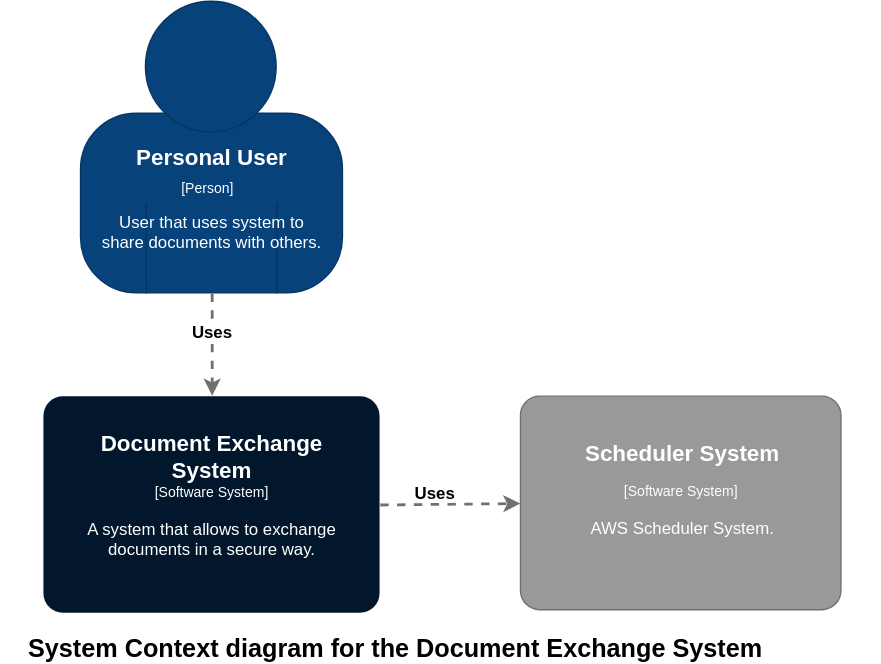
kkolodziejczak/PBAI keeps this draw.io diagram as Documentation/Architecture/Level1-Context.svg. Above is the earlier version. Source tidied: cells renumbered, new cells last; positions are measured from the earlier drawing's top-left corner, leaving out a move shared by most shapes.
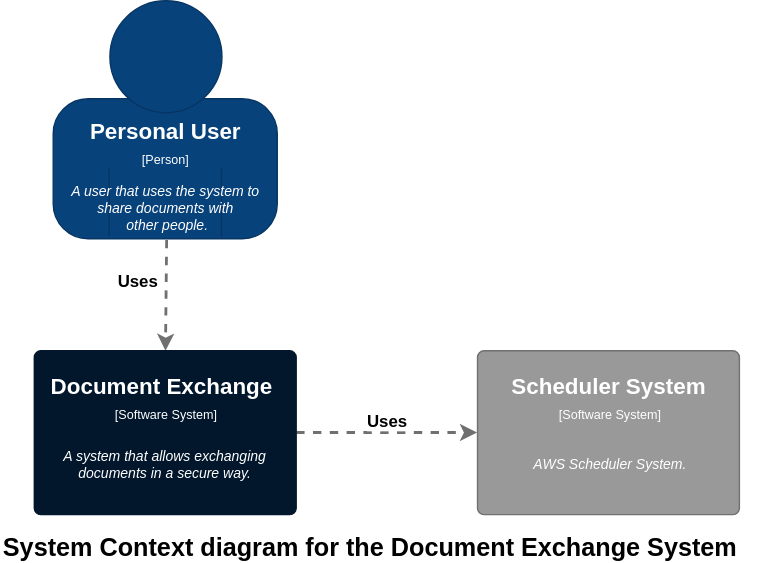
Above is the later version.

Commit message:
Update Level 1 and 3 diagrams #3

Change to the diagram source:
```diff
@@ -2,100 +2,102 @@
   <root>
     <mxCell id="0" />
     <mxCell id="1" parent="0" />
-    <mxCell id="2" style="group;" parent="1" vertex="1">
-      <mxGeometry x="-0.5" y="252.5" width="300" height="220" as="geometry" />
+    <mxCell id="2" style="endArrow=classic;html=1;strokeWidth=2;dashed=1;strokeColor=#707070;rounded=0;exitX=0.506;exitY=1.08;entryX=0.5;entryY=0;exitPerimeter=0;" parent="1" edge="1" source="14" target="20">
+      <mxGeometry relative="1" as="geometry" />
     </mxCell>
-    <mxCell id="3" style="group;" parent="2" vertex="1">
-      <mxGeometry x="30" y="27.8" width="240" height="165.7" as="geometry" />
+    <mxCell id="3" value="&lt;span&gt;&lt;b&gt;Uses&lt;/b&gt;&lt;/span&gt;&lt;span&gt;&lt;b&gt;&lt;br&gt;&lt;/b&gt;&lt;/span&gt;" style="text;html=1;align=center;verticalAlign=middle;labelBackgroundColor=#ffffff;" parent="2" vertex="1">
+      <mxGeometry x="0.44" y="-3" relative="1" as="geometry">
+        <mxPoint x="-16.5" y="-27.5" as="offset" />
+      </mxGeometry>
     </mxCell>
-    <mxCell id="4" style="group;spacing=3;" parent="3" vertex="1">
-      <mxGeometry width="240" height="165.7" as="geometry" />
+    <mxCell id="4" style="endArrow=classic;html=1;strokeWidth=2;dashed=1;strokeColor=#707070;rounded=0;exitX=1;exitY=0.5;entryX=0;entryY=0.5;" parent="1" edge="1" source="20" target="26">
+      <mxGeometry relative="1" as="geometry" />
     </mxCell>
-    <mxCell id="5" style="group;" parent="4" vertex="1">
-      <mxGeometry y="-1.4" width="240" height="165.7" as="geometry" />
+    <mxCell id="5" value="&lt;span&gt;&lt;b&gt;Uses&lt;/b&gt;&lt;/span&gt;&lt;span&gt;&lt;b&gt;&lt;br&gt;&lt;/b&gt;&lt;/span&gt;" style="text;html=1;align=center;verticalAlign=middle;labelBackgroundColor=#ffffff;" parent="4" vertex="1">
+      <mxGeometry x="0.44" y="-3" relative="1" as="geometry">
+        <mxPoint x="-28.5" y="-11.5" as="offset" />
+      </mxGeometry>
     </mxCell>
-    <mxCell id="6" style="rounded=1;whiteSpace=wrap;html=1;strokeColor=none;fillColor=#02172C;fontColor=#FFFFFF;align=center;arcSize=9;" parent="5" vertex="1">
-      <mxGeometry y="3.5" width="240" height="154.5" as="geometry" />
+    <mxCell id="6" value="System Context diagram for the Document Exchange System" style="text;html=1;strokeColor=none;fillColor=none;align=left;verticalAlign=middle;whiteSpace=wrap;rounded=0;fontSize=18;fontStyle=1;" parent="1" vertex="1">
+      <mxGeometry x="36" y="410" width="545" height="20" as="geometry" />
     </mxCell>
-    <mxCell id="7" value="Document Exchange System" style="text;html=1;strokeColor=none;fillColor=none;align=center;verticalAlign=middle;whiteSpace=wrap;rounded=0;fontColor=#FFFFFF;fontStyle=1;fontSize=16;" parent="5" vertex="1">
-      <mxGeometry x="30" y="30.6" width="180" height="30.6" as="geometry" />
+    <mxCell id="7" style="group;fillColor=none;" parent="1" vertex="1">
+      <mxGeometry x="73.5" y="30" width="160" height="170" as="geometry" />
     </mxCell>
-    <mxCell id="8" value="&lt;font style=&quot;font-size: 10px&quot;&gt;[Software System]&lt;/font&gt;" style="text;html=1;strokeColor=none;fillColor=none;align=center;verticalAlign=middle;whiteSpace=wrap;rounded=0;fontSize=12;fontColor=#FFFFFF;" parent="5" vertex="1">
-      <mxGeometry x="15" y="55.7" width="210" height="30.6" as="geometry" />
+    <mxCell id="8" style="group;" parent="7" vertex="1">
+      <mxGeometry width="160" height="170" as="geometry" />
     </mxCell>
-    <mxCell id="9" value="A system that allows to exchange documents in a secure way." style="text;html=1;strokeColor=none;fillColor=none;align=center;verticalAlign=top;whiteSpace=wrap;rounded=0;fontSize=12;fontColor=#FFFFFF;" parent="5" vertex="1">
-      <mxGeometry x="15" y="85.2" width="210" height="54" as="geometry" />
+    <mxCell id="9" style="group;fillColor=#ffffff;strokeColor=none;absoluteArcSize=1;" parent="8" vertex="1">
+      <mxGeometry y="70" width="160" height="100" as="geometry" />
     </mxCell>
-    <mxCell id="10" style="group;" parent="1" vertex="1">
-      <mxGeometry x="56" width="187" height="210" as="geometry" />
+    <mxCell id="10" style="group;fillColor=none;" parent="9" vertex="1">
+      <mxGeometry width="160" height="100" as="geometry" />
     </mxCell>
-    <mxCell id="11" style="rounded=1;whiteSpace=wrap;html=1;strokeColor=#063563;fillColor=#08427b;fontSize=12;fontColor=#FFFFFF;align=center;arcSize=31;" parent="10" vertex="1">
-      <mxGeometry y="80.3" width="187" height="128.3" as="geometry" />
+    <mxCell id="11" style="rounded=1;whiteSpace=wrap;html=1;fillColor=#08427B;strokeColor=#063563;arcSize=25;" parent="10" vertex="1">
+      <mxGeometry width="160" height="100" as="geometry" />
     </mxCell>
-    <mxCell id="12" style="ellipse;whiteSpace=wrap;html=1;rounded=1;strokeColor=#063563;fillColor=#08427b;fontSize=12;fontColor=#FFFFFF;align=center;" parent="10" vertex="1">
-      <mxGeometry x="46.8" width="93.3" height="93.3" as="geometry" />
+    <mxCell id="12" style="endArrow=none;html=1;strokeColor=#063563;" parent="9" edge="1">
+      <mxGeometry relative="1" as="geometry">
+        <mxPoint x="40" y="50" as="sourcePoint" />
+        <mxPoint x="40" y="98" as="targetPoint" />
+      </mxGeometry>
     </mxCell>
-    <mxCell id="13" value="Personal User" style="text;html=1;strokeColor=none;fillColor=none;align=center;verticalAlign=middle;whiteSpace=wrap;rounded=0;fontColor=#FFFFFF;fontStyle=1;fontSize=16;" parent="10" vertex="1">
-      <mxGeometry x="23.4" y="98.9" width="140.2" height="24.5" as="geometry" />
+    <mxCell id="13" style="edgeStyle=orthogonalEdgeStyle;html=1;entryX=0.75;entryY=1;jettySize=auto;strokeColor=#063563;curved=1;endArrow=none;endFill=0;" parent="9" edge="1" target="14">
+      <mxGeometry relative="1" as="geometry">
+        <mxPoint x="120" y="50" as="sourcePoint" />
+        <Array as="points">
+          <mxPoint x="120" y="70" />
+          <mxPoint x="120" y="70" />
+        </Array>
+      </mxGeometry>
     </mxCell>
-    <mxCell id="14" value="&lt;font style=&quot;font-size: 10px&quot;&gt;[Person]&lt;/font&gt;" style="text;html=1;strokeColor=none;fillColor=none;align=center;verticalAlign=middle;whiteSpace=wrap;rounded=0;fontSize=12;fontColor=#FFFFFF;" parent="10" vertex="1">
-      <mxGeometry x="21" y="121.1" width="140.2" height="24.5" as="geometry" />
+    <mxCell id="14" value="&lt;i&gt;A user that uses the system to share documents&amp;nbsp;with&lt;br&gt;&amp;nbsp;other people.&lt;/i&gt;&lt;br&gt;" style="text;strokeColor=none;fillColor=none;align=center;verticalAlign=middle;whiteSpace=wrap;rounded=0;fontSize=10;fontColor=#FFFFFF;html=1;spacing=1;" parent="9" vertex="1">
+      <mxGeometry y="58" width="160" height="40" as="geometry" />
     </mxCell>
-    <mxCell id="15" style="endArrow=none;html=1;strokeColor=#063563;fontFamily=Helvetica;fontSize=10;fontColor=#FFFFFF;entryX=0.25;entryY=1;" parent="10" edge="1" target="11">
-      <mxGeometry relative="1" as="geometry">
-        <mxPoint x="46.8" y="144.4" as="sourcePoint" />
-      </mxGeometry>
+    <mxCell id="15" value="&lt;font style=&quot;font-size: 9px&quot;&gt;[Person]&lt;/font&gt;&lt;br&gt;" style="text;html=1;strokeColor=none;fillColor=none;align=center;verticalAlign=middle;whiteSpace=wrap;rounded=0;fontSize=12;fontColor=#FFFFFF;" parent="9" vertex="1">
+      <mxGeometry y="32" width="160" height="21" as="geometry" />
     </mxCell>
-    <mxCell id="16" style="endArrow=none;html=1;strokeColor=#063563;fontFamily=Helvetica;fontSize=10;fontColor=#FFFFFF;entryX=0.75;entryY=1;" parent="10" edge="1" target="11">
-      <mxGeometry relative="1" as="geometry">
-        <mxPoint x="140.2" y="144.4" as="sourcePoint" />
-      </mxGeometry>
+    <mxCell id="16" value="Personal User" style="text;html=1;strokeColor=none;fillColor=none;align=center;verticalAlign=middle;whiteSpace=wrap;rounded=0;fontColor=#FFFFFF;fontStyle=1;fontSize=16;" parent="9" vertex="1">
+      <mxGeometry y="12" width="160" height="21" as="geometry" />
     </mxCell>
-    <mxCell id="17" value="User that uses system to share documents with others." style="text;html=1;strokeColor=none;fillColor=none;align=center;verticalAlign=top;whiteSpace=wrap;rounded=0;fontSize=12;fontColor=#FFFFFF;" parent="10" vertex="1">
-      <mxGeometry x="11.7" y="145.2" width="163.6" height="44.9" as="geometry" />
+    <mxCell id="17" style="ellipse;whiteSpace=wrap;html=1;strokeColor=#063563;fillColor=#08427B;gradientColor=none;" parent="8" vertex="1">
+      <mxGeometry x="40" width="80" height="80" as="geometry" />
     </mxCell>
-    <mxCell id="18" style="endArrow=classic;html=1;strokeWidth=2;dashed=1;strokeColor=#707070;rounded=0;exitX=0.5;exitY=1;entryX=0.5;entryY=0;" parent="1" edge="1" source="11" target="6">
-      <mxGeometry relative="1" as="geometry" />
+    <mxCell id="18" style="group;fillColor=#ffffff;strokeColor=none;absoluteArcSize=1;" parent="1" vertex="1">
+      <mxGeometry x="60" y="280" width="187" height="117" as="geometry" />
     </mxCell>
-    <mxCell id="19" value="&lt;span&gt;&lt;b&gt;Uses&lt;/b&gt;&lt;/span&gt;&lt;span&gt;&lt;b&gt;&lt;br&gt;&lt;/b&gt;&lt;/span&gt;" style="text;html=1;align=center;verticalAlign=middle;labelBackgroundColor=#ffffff;" parent="18" vertex="1">
-      <mxGeometry x="0.44" y="-3" relative="1" as="geometry">
-        <mxPoint x="3" y="-27" as="offset" />
-      </mxGeometry>
+    <mxCell id="19" style="group;fillColor=none;" parent="18" vertex="1">
+      <mxGeometry width="187" height="117" as="geometry" />
     </mxCell>
-    <mxCell id="20" style="group;" parent="1" vertex="1">
-      <mxGeometry x="341.5" y="252.5" width="286" height="219" as="geometry" />
+    <mxCell id="20" style="rounded=1;whiteSpace=wrap;html=1;fillColor=#02172C;strokeColor=#02172C;arcSize=4;" parent="19" vertex="1">
+      <mxGeometry width="187" height="117" as="geometry" />
     </mxCell>
-    <mxCell id="21" style="group;" parent="20" vertex="1">
-      <mxGeometry x="28.6" y="27.7" width="228.8" height="163.6" as="geometry" />
+    <mxCell id="21" value="Document Exchange&amp;nbsp;" style="text;html=1;strokeColor=none;fillColor=none;align=center;verticalAlign=middle;whiteSpace=wrap;rounded=0;fontColor=#FFFFFF;fontStyle=1;fontSize=16;" parent="18" vertex="1">
+      <mxGeometry y="12" width="187" height="24.6" as="geometry" />
     </mxCell>
-    <mxCell id="22" style="group;spacing=3;" parent="21" vertex="1">
-      <mxGeometry width="228.8" height="163.6" as="geometry" />
+    <mxCell id="22" value="&lt;font style=&quot;font-size: 9px&quot;&gt;[Software System]&lt;/font&gt;&lt;br&gt;" style="text;html=1;strokeColor=none;fillColor=none;align=center;verticalAlign=middle;whiteSpace=wrap;rounded=0;fontSize=12;fontColor=#FFFFFF;" parent="18" vertex="1">
+      <mxGeometry y="32" width="187" height="24.6" as="geometry" />
     </mxCell>
-    <mxCell id="23" style="group;" parent="22" vertex="1">
-      <mxGeometry y="-1.4" width="228.8" height="163.6" as="geometry" />
+    <mxCell id="23" value="&lt;i&gt;A system that allows exchanging documents in a secure way.&lt;/i&gt;&lt;br&gt;" style="text;strokeColor=none;fillColor=none;align=center;verticalAlign=middle;whiteSpace=wrap;rounded=0;fontSize=10;fontColor=#FFFFFF;html=1;spacing=1;" parent="18" vertex="1">
+      <mxGeometry y="58" width="187" height="46.8" as="geometry" />
     </mxCell>
-    <mxCell id="24" style="rounded=1;whiteSpace=wrap;html=1;strokeColor=#707070;fillColor=#999999;fontColor=#FFFFFF;align=center;arcSize=9;" parent="23" vertex="1">
-      <mxGeometry y="3.5" width="228.8" height="152.5" as="geometry" />
+    <mxCell id="24" style="group;fillColor=#ffffff;strokeColor=none;absoluteArcSize=1;" parent="1" vertex="1">
+      <mxGeometry x="376.5" y="280" width="187" height="117" as="geometry" />
     </mxCell>
-    <mxCell id="25" value="Scheduler System" style="text;html=1;strokeColor=none;fillColor=none;align=center;verticalAlign=middle;whiteSpace=wrap;rounded=0;fontColor=#FFFFFF;fontStyle=1;fontSize=16;" parent="23" vertex="1">
-      <mxGeometry x="28.6" y="29.1" width="171.6" height="29.1" as="geometry" />
+    <mxCell id="25" style="group;fillColor=none;" parent="24" vertex="1">
+      <mxGeometry width="187" height="117" as="geometry" />
     </mxCell>
-    <mxCell id="26" value="&lt;font style=&quot;font-size: 10px&quot;&gt;[Software System]&lt;/font&gt;" style="text;html=1;strokeColor=none;fillColor=none;align=center;verticalAlign=middle;whiteSpace=wrap;rounded=0;fontSize=12;fontColor=#FFFFFF;" parent="23" vertex="1">
-      <mxGeometry x="14.3" y="55.4" width="200.2" height="29.1" as="geometry" />
+    <mxCell id="26" style="rounded=1;whiteSpace=wrap;html=1;fillColor=#999999;strokeColor=#707070;arcSize=4;" parent="25" vertex="1">
+      <mxGeometry width="187" height="117" as="geometry" />
     </mxCell>
-    <mxCell id="27" value="AWS Scheduler System." style="text;html=1;strokeColor=none;fillColor=none;align=center;verticalAlign=top;whiteSpace=wrap;rounded=0;fontSize=12;fontColor=#FFFFFF;" parent="23" vertex="1">
-      <mxGeometry x="14.3" y="84.1" width="200.2" height="53.3" as="geometry" />
+    <mxCell id="27" value="Scheduler System" style="text;html=1;strokeColor=none;fillColor=none;align=center;verticalAlign=middle;whiteSpace=wrap;rounded=0;fontColor=#FFFFFF;fontStyle=1;fontSize=16;" parent="24" vertex="1">
+      <mxGeometry y="12" width="187" height="24.6" as="geometry" />
     </mxCell>
-    <mxCell id="28" style="endArrow=classic;html=1;strokeWidth=2;dashed=1;strokeColor=#707070;rounded=0;exitX=1;exitY=0.5;entryX=0;entryY=0.5;" parent="1" edge="1" source="6" target="24">
-      <mxGeometry relative="1" as="geometry" />
+    <mxCell id="28" value="&lt;font style=&quot;font-size: 9px&quot;&gt;[Software System]&lt;/font&gt;&lt;br&gt;" style="text;html=1;strokeColor=none;fillColor=none;align=center;verticalAlign=middle;whiteSpace=wrap;rounded=0;fontSize=12;fontColor=#FFFFFF;" parent="24" vertex="1">
+      <mxGeometry y="32" width="187" height="24.6" as="geometry" />
     </mxCell>
-    <mxCell id="29" value="&lt;span&gt;&lt;b&gt;Uses&lt;/b&gt;&lt;/span&gt;&lt;span&gt;&lt;b&gt;&lt;br&gt;&lt;/b&gt;&lt;/span&gt;" style="text;html=1;align=center;verticalAlign=middle;labelBackgroundColor=#ffffff;" parent="28" vertex="1">
-      <mxGeometry x="0.44" y="-3" relative="1" as="geometry">
-        <mxPoint x="-33" y="-12" as="offset" />
-      </mxGeometry>
+    <mxCell id="29" value="&lt;i&gt;AWS Scheduler System.&lt;/i&gt;" style="text;strokeColor=none;fillColor=none;align=center;verticalAlign=middle;whiteSpace=wrap;rounded=0;fontSize=10;fontColor=#FFFFFF;html=1;spacing=1;" parent="24" vertex="1">
+      <mxGeometry y="58" width="187" height="46.8" as="geometry" />
     </mxCell>
-    <mxCell id="30" value="System Context diagram for the Document Exchange System" style="text;html=1;strokeColor=none;fillColor=none;align=left;verticalAlign=middle;whiteSpace=wrap;rounded=0;fontSize=18;fontStyle=1;" parent="1" vertex="1">
-      <mxGeometry x="17" y="452.5" width="528" height="20" as="geometry" />
-    </mxCell>
   </root>
 </mxGraphModel>
```
